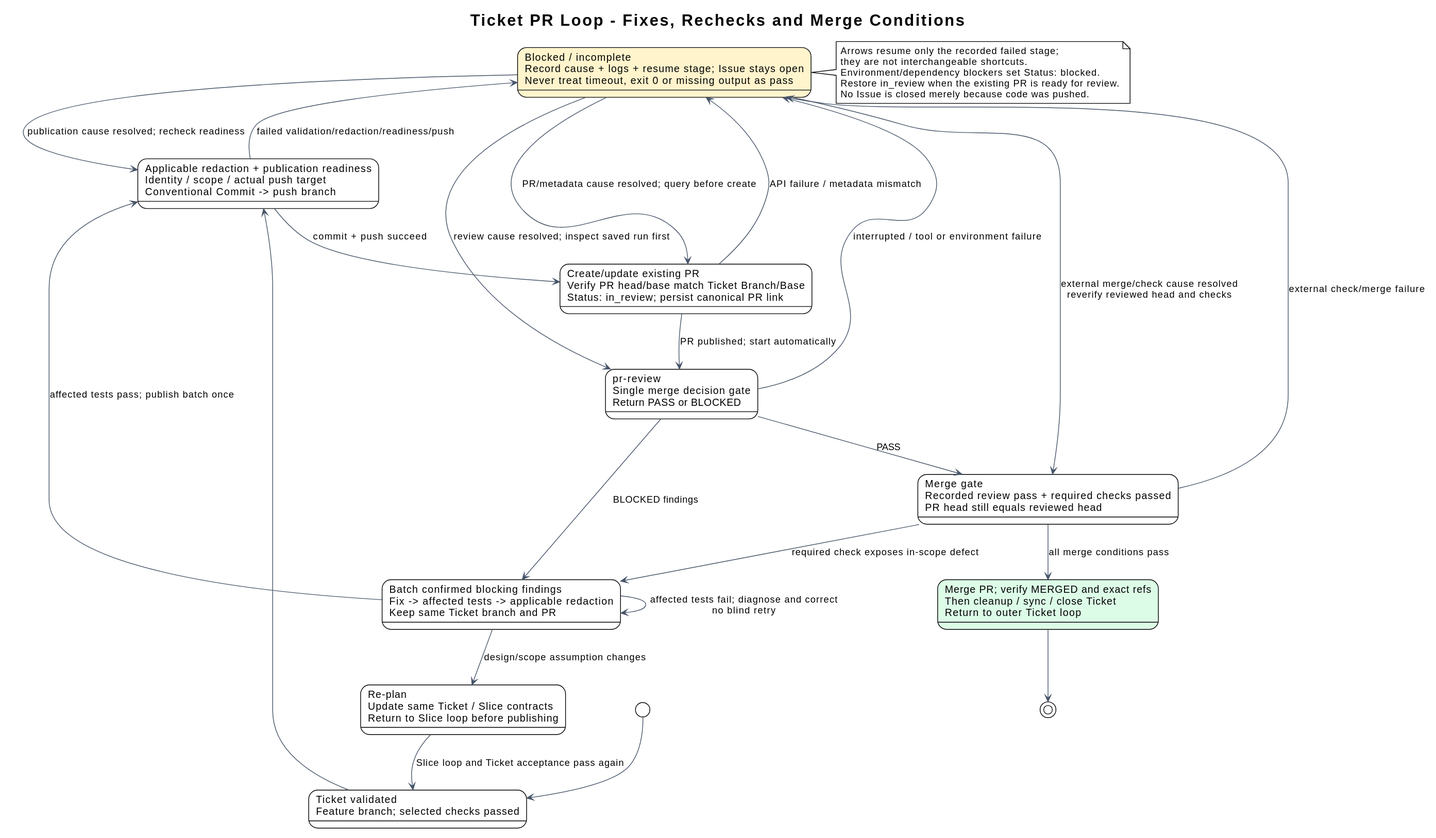
i-zrhe2016/codex-development-workflow keeps this PlantUML diagram as docs/diagrams/ticket-review-loop.svg. Above is the earlier version.
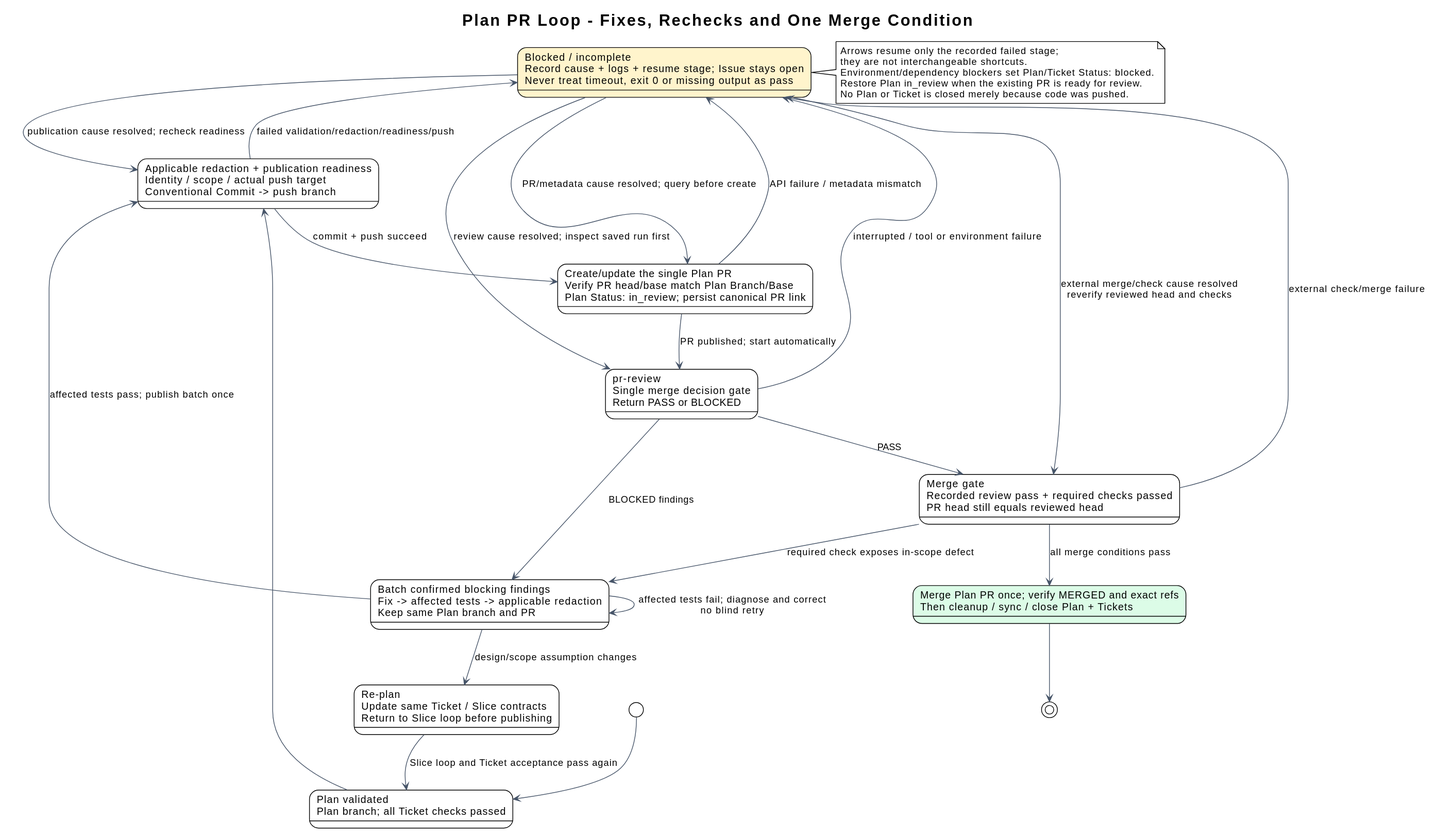
After the commit.

Diff of the diagram source:
```diff
@@ -3,16 +3,16 @@
 skinparam defaultFontName Arial
 skinparam shadowing false
 skinparam ArrowColor #475569
-title Ticket PR Loop - Fixes, Rechecks and Merge Conditions
+title Plan PR Loop - Fixes, Rechecks and One Merge Condition
 
-state "Ticket validated\nFeature branch; selected checks passed" as ready
+state "Plan validated\nPlan branch; all Ticket checks passed" as ready
 state "Applicable redaction + publication readiness\nIdentity / scope / actual push target\nConventional Commit -> push branch" as publish
-state "Create/update existing PR\nVerify PR head/base match Ticket Branch/Base\nStatus: in_review; persist canonical PR link" as pr
+state "Create/update the single Plan PR\nVerify PR head/base match Plan Branch/Base\nPlan Status: in_review; persist canonical PR link" as pr
 state "pr-review\nSingle merge decision gate\nReturn PASS or BLOCKED" as review
-state "Batch confirmed blocking findings\nFix -> affected tests -> applicable redaction\nKeep same Ticket branch and PR" as fix
+state "Batch confirmed blocking findings\nFix -> affected tests -> applicable redaction\nKeep same Plan branch and PR" as fix
 state "Blocked / incomplete\nRecord cause + logs + resume stage; Issue stays open\nNever treat timeout, exit 0 or missing output as pass" as blocked #FFF4CC
 state "Merge gate\nRecorded review pass + required checks passed\nPR head still equals reviewed head" as gate
-state "Merge PR; verify MERGED and exact refs\nThen cleanup / sync / close Ticket\nReturn to outer Ticket loop" as merged #DCFCE7
+state "Merge Plan PR once; verify MERGED and exact refs\nThen cleanup / sync / close Plan + Tickets" as merged #DCFCE7
 state "Re-plan\nUpdate same Ticket / Slice contracts\nReturn to Slice loop before publishing" as replan
 
 [*] --> ready
@@ -40,8 +40,8 @@
 note right of blocked
 Arrows resume only the recorded failed stage;
 they are not interchangeable shortcuts.
-Environment/dependency blockers set Status: blocked.
-Restore in_review when the existing PR is ready for review.
-No Issue is closed merely because code was pushed.
+Environment/dependency blockers set Plan/Ticket Status: blocked.
+Restore Plan in_review when the existing PR is ready for review.
+No Plan or Ticket is closed merely because code was pushed.
 end note
 @enduml
```
